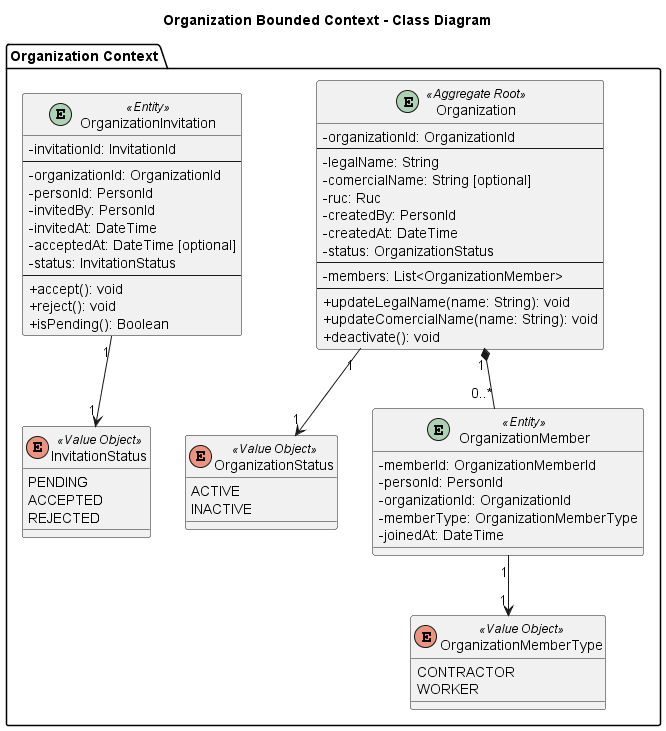
GalaxiaWonder-AppsWeb/ProjectReport keeps this PlantUML diagram as img/chapter4/oop/organizations.png. Above is the earlier version. Source of this version:
```plantuml
@startuml classDiagram
skinparam monochrome false
skinparam classAttributeIconSize 0
title Organization Bounded Context - Class Diagram

package "Organization Context" {






    entity Organization <<Aggregate Root>> {
        - organizationId: OrganizationId
        --
        - legalName: String
        - comercialName: String [optional]
        - ruc: Ruc
        - createdBy: PersonId
        - createdAt: DateTime
        - status: OrganizationStatus
        --
        - members: List<OrganizationMember>
        --
        + updateLegalName(name: String): void
        + updateComercialName(name: String): void
        + deactivate(): void
    }

    enum OrganizationStatus <<Value Object>> {
        ACTIVE
        INACTIVE
    }

    entity OrganizationMember <<Entity>> {
        - memberId: OrganizationMemberId
        - personId: PersonId
        - organizationId: OrganizationId
        - memberType: OrganizationMemberType
        - joinedAt: DateTime
    }

    enum OrganizationMemberType <<Value Object>> {
        CONTRACTOR
        WORKER
    }

    entity OrganizationInvitation <<Entity>> {
        - invitationId: InvitationId
        --
        - organizationId: OrganizationId
        - personId: PersonId
        - invitedBy: PersonId
        - invitedAt: DateTime
        - acceptedAt: DateTime [optional]
        - status: InvitationStatus
        --
        + accept(): void
        + reject(): void
        + isPending(): Boolean
    }

    enum InvitationStatus <<Value Object>> {
        PENDING
        ACCEPTED
        REJECTED
    }

    Organization "1" *-- "0..*" OrganizationMember
    Organization "1" --> "1" OrganizationStatus
    OrganizationMember "1" --> "1" OrganizationMemberType
    OrganizationInvitation "1" --> "1" InvitationStatus
}
@enduml
```
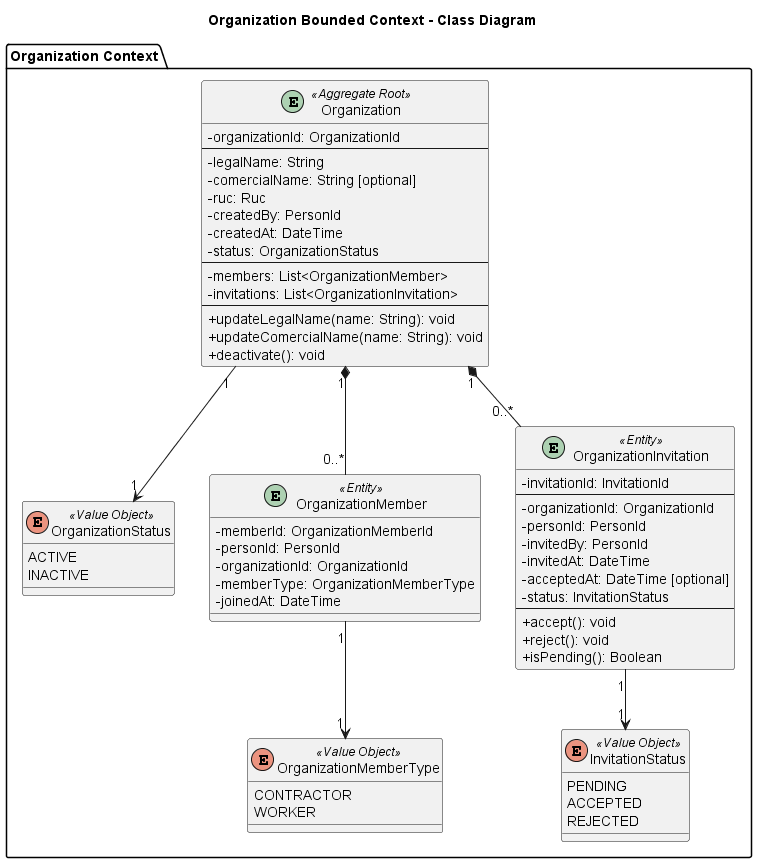
Later version of the same file.

Commit message:
bugfix(software-object-oriented-design): change organization file iam and subscription oop diagrams

Change to the diagram source:
```diff
@@ -21,6 +21,7 @@
         - status: OrganizationStatus
         --
         - members: List<OrganizationMember>
+        - invitations: List<OrganizationInvitation>
         --
         + updateLegalName(name: String): void
         + updateComercialName(name: String): void
@@ -67,6 +68,7 @@
     }
 
     Organization "1" *-- "0..*" OrganizationMember
+    Organization "1" *-- "0..*" OrganizationInvitation
     Organization "1" --> "1" OrganizationStatus
     OrganizationMember "1" --> "1" OrganizationMemberType
     OrganizationInvitation "1" --> "1" InvitationStatus
```
